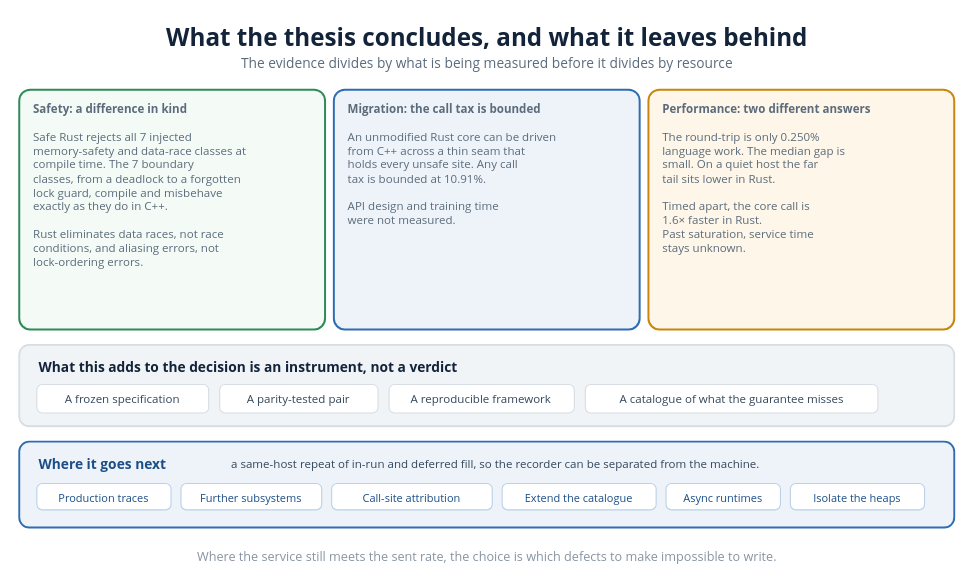
The draw.io diagram diagrams/26_contributions.drawio in VienThanh12/Master-Thesis, before the edit. Source tidied: cells renumbered, new cells numbered last; positions are measured from the earlier drawing's top-left corner, leaving out a move shared by most shapes. Both pictures are drawn from the tidied source at 110%, with x=0, y=0 at pixel (19, 18).
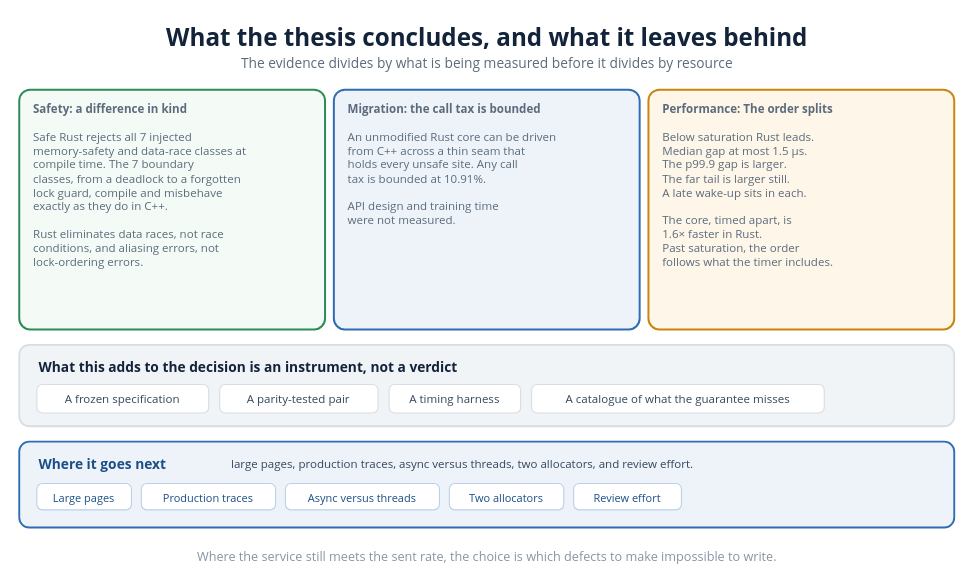
Above is the later version.

The edit, as a diff of the source:
```diff
@@
-    <mxCell id="6" value="&lt;b&gt;Performance: two different answers&lt;/b&gt;&lt;br&gt;&lt;br&gt;The round-trip is only 0.250%&lt;br&gt;language work. The median gap is&lt;br&gt;small. On a quiet host the far&lt;br&gt;tail sits lower in Rust.&lt;br&gt;&lt;br&gt;Timed apart, the core call is&lt;br&gt;1.6× faster in Rust.&lt;br&gt;Past saturation, service time&lt;br&gt;stays unknown." style="rounded=1;whiteSpace=wrap;html=1;absoluteArcSize=1;arcSize=20;fillColor=#fdf6e9;strokeColor=#c8860d;strokeWidth=1.8;align=left;verticalAlign=top;spacingLeft=11;spacingTop=5;spacingRight=6;fontSize=10.5;fontColor=#5b6b7b;fontFamily=Segoe UI;" parent="1" vertex="1">
-      <mxGeometry x="572" y="65" width="278" height="218" as="geometry" />
-    </mxCell>
-    <mxCell id="7" style="rounded=1;whiteSpace=wrap;html=1;absoluteArcSize=1;arcSize=18;fillColor=#f1f4f7;strokeColor=#d7dde3;strokeWidth=1.6;" parent="1" vertex="1">
-      <mxGeometry y="297" width="850" height="74" as="geometry" />
+    <mxCell id="7" value="&lt;b&gt;Performance: The order splits&lt;/b&gt;&lt;br&gt;&lt;br&gt;Below saturation Rust leads.&lt;br&gt;Median gap at most 1.5 µs.&lt;br&gt;The p99.9 gap is larger.&lt;br&gt;The far tail is larger still.&lt;br&gt;A late wake-up sits in each.&lt;br&gt;&lt;br&gt;The core, timed apart, is&lt;br&gt;1.6× faster in Rust.&lt;br&gt;Past saturation, the order&lt;br&gt;follows what the timer includes." style="rounded=1;whiteSpace=wrap;html=1;absoluteArcSize=1;arcSize=20;fillColor=#fdf6e9;strokeColor=#c8860d;strokeWidth=1.8;align=left;verticalAlign=top;spacingLeft=11;spacingTop=5;spacingRight=6;fontSize=10.5;fontColor=#5b6b7b;fontFamily=Segoe UI;" parent="1" vertex="1">
+      <mxGeometry x="572" y="65" width="278" height="218" as="geometry" />
     </mxCell>
-    <mxCell id="8" value="What this adds to the decision is an instrument, not a verdict" style="text;html=1;strokeColor=none;fillColor=none;whiteSpace=nowrap;align=left;verticalAlign=middle;fontSize=12.5;fontColor=#12233a;fontFamily=Segoe UI;fontStyle=1;" parent="1" vertex="1">
-      <mxGeometry x="16" y="307.1" width="422.4" height="18.8" as="geometry" />
+    <mxCell id="8" style="rounded=1;whiteSpace=wrap;html=1;absoluteArcSize=1;arcSize=18;fillColor=#f1f4f7;strokeColor=#d7dde3;strokeWidth=1.6;" parent="1" vertex="1">
+      <mxGeometry y="297" width="850" height="74" as="geometry" />
     </mxCell>
+    <mxCell id="23" value="What this adds to the decision is an instrument, not a verdict" style="text;html=1;strokeColor=none;fillColor=none;whiteSpace=nowrap;align=left;verticalAlign=middle;fontSize=12.5;fontColor=#12233a;fontFamily=Segoe UI;fontStyle=1;" parent="1" vertex="1">
+      <mxGeometry x="16" y="307.1" width="422.4" height="18.8" as="geometry" />
+    </mxCell>
@@
-    <mxCell id="11" value="A reproducible framework" style="rounded=1;absoluteArcSize=1;arcSize=10;whiteSpace=wrap;html=1;fillColor=#ffffff;strokeColor=#d7dde3;align=center;verticalAlign=middle;fontSize=10.5;fontColor=#33475b;fontFamily=Segoe UI;" parent="1" vertex="1">
-      <mxGeometry x="336.2" y="333" width="168.4" height="26" as="geometry" />
-    </mxCell>
-    <mxCell id="12" value="A catalogue of what the guarantee misses" style="rounded=1;absoluteArcSize=1;arcSize=10;whiteSpace=wrap;html=1;fillColor=#ffffff;strokeColor=#d7dde3;align=center;verticalAlign=middle;fontSize=10.5;fontColor=#33475b;fontFamily=Segoe UI;" parent="1" vertex="1">
-      <mxGeometry x="514.6" y="333" width="266" height="26" as="geometry" />
-    </mxCell>
+    <mxCell id="24" value="A timing harness" style="rounded=1;absoluteArcSize=1;arcSize=10;whiteSpace=wrap;html=1;fillColor=#ffffff;strokeColor=#d7dde3;align=center;verticalAlign=middle;fontSize=10.5;fontColor=#33475b;fontFamily=Segoe UI;" parent="1" vertex="1">
+      <mxGeometry x="336.2" y="333" width="119.6" height="26" as="geometry" />
+    </mxCell>
-    <mxCell id="13" style="rounded=1;whiteSpace=wrap;html=1;absoluteArcSize=1;arcSize=18;fillColor=#eef3fa;strokeColor=#2f6db3;strokeWidth=1.7;" parent="1" vertex="1">
-      <mxGeometry y="385" width="850" height="78" as="geometry" />
+    <mxCell id="13" value="A catalogue of what the guarantee misses" style="rounded=1;absoluteArcSize=1;arcSize=10;whiteSpace=wrap;html=1;fillColor=#ffffff;strokeColor=#d7dde3;align=center;verticalAlign=middle;fontSize=10.5;fontColor=#33475b;fontFamily=Segoe UI;" parent="1" vertex="1">
+      <mxGeometry x="465.8" y="333" width="266" height="26" as="geometry" />
     </mxCell>
-    <mxCell id="14" value="Where it goes next" style="text;html=1;strokeColor=none;fillColor=none;whiteSpace=nowrap;align=left;verticalAlign=middle;fontSize=12.5;fontColor=#1c4e86;fontFamily=Segoe UI;fontStyle=1;" parent="1" vertex="1">
-      <mxGeometry x="16" y="395.1" width="122.6" height="18.8" as="geometry" />
+    <mxCell id="14" style="rounded=1;whiteSpace=wrap;html=1;absoluteArcSize=1;arcSize=18;fillColor=#eef3fa;strokeColor=#2f6db3;strokeWidth=1.7;" parent="1" vertex="1">
+      <mxGeometry y="385" width="850" height="78" as="geometry" />
     </mxCell>
-    <mxCell id="15" value="a same-host repeat of in-run and deferred fill, so the recorder can be separated from the machine." style="text;html=1;strokeColor=none;fillColor=none;whiteSpace=nowrap;align=left;verticalAlign=middle;fontSize=10.5;fontColor=#33475b;fontFamily=Segoe UI;" parent="1" vertex="1">
-      <mxGeometry x="191" y="397" width="560.8" height="15.8" as="geometry" />
+    <mxCell id="15" value="Where it goes next" style="text;html=1;strokeColor=none;fillColor=none;whiteSpace=nowrap;align=left;verticalAlign=middle;fontSize=12.5;fontColor=#1c4e86;fontFamily=Segoe UI;fontStyle=1;" parent="1" vertex="1">
+      <mxGeometry x="16" y="395.1" width="122.6" height="18.8" as="geometry" />
     </mxCell>
+    <mxCell id="25" value="large pages, production traces, async versus threads, two allocators, and review effort." style="text;html=1;strokeColor=none;fillColor=none;whiteSpace=nowrap;align=left;verticalAlign=middle;fontSize=10.5;fontColor=#33475b;fontFamily=Segoe UI;" parent="1" vertex="1">
+      <mxGeometry x="191" y="397" width="503.6" height="15.8" as="geometry" />
+    </mxCell>
+    <mxCell id="26" value="Large pages" style="rounded=1;absoluteArcSize=1;arcSize=10;whiteSpace=wrap;html=1;fillColor=#ffffff;strokeColor=#bcd0e8;align=center;verticalAlign=middle;fontSize=10;fontColor=#1c4e86;fontFamily=Segoe UI;" parent="1" vertex="1">
+      <mxGeometry x="16" y="423" width="86" height="24" as="geometry" />
+    </mxCell>
     <mxCell id="16" value="Production traces" style="rounded=1;absoluteArcSize=1;arcSize=10;whiteSpace=wrap;html=1;fillColor=#ffffff;strokeColor=#bcd0e8;align=center;verticalAlign=middle;fontSize=10;fontColor=#1c4e86;fontFamily=Segoe UI;" parent="1" vertex="1">
-      <mxGeometry x="16" y="423" width="122" height="24" as="geometry" />
+      <mxGeometry x="111" y="423" width="122" height="24" as="geometry" />
     </mxCell>
-    <mxCell id="17" value="Further subsystems" style="rounded=1;absoluteArcSize=1;arcSize=10;whiteSpace=wrap;html=1;fillColor=#ffffff;strokeColor=#bcd0e8;align=center;verticalAlign=middle;fontSize=10;fontColor=#1c4e86;fontFamily=Segoe UI;" parent="1" vertex="1">
-      <mxGeometry x="147" y="423" width="128" height="24" as="geometry" />
-    </mxCell>
-    <mxCell id="18" value="Call-site attribution" style="rounded=1;absoluteArcSize=1;arcSize=10;whiteSpace=wrap;html=1;fillColor=#ffffff;strokeColor=#bcd0e8;align=center;verticalAlign=middle;fontSize=10;fontColor=#1c4e86;fontFamily=Segoe UI;" parent="1" vertex="1">
-      <mxGeometry x="284" y="423" width="146" height="24" as="geometry" />
-    </mxCell>
-    <mxCell id="19" value="Extend the catalogue" style="rounded=1;absoluteArcSize=1;arcSize=10;whiteSpace=wrap;html=1;fillColor=#ffffff;strokeColor=#bcd0e8;align=center;verticalAlign=middle;fontSize=10;fontColor=#1c4e86;fontFamily=Segoe UI;" parent="1" vertex="1">
-      <mxGeometry x="439" y="423" width="140" height="24" as="geometry" />
-    </mxCell>
-    <mxCell id="20" value="Async runtimes" style="rounded=1;absoluteArcSize=1;arcSize=10;whiteSpace=wrap;html=1;fillColor=#ffffff;strokeColor=#bcd0e8;align=center;verticalAlign=middle;fontSize=10;fontColor=#1c4e86;fontFamily=Segoe UI;" parent="1" vertex="1">
-      <mxGeometry x="588" y="423" width="104" height="24" as="geometry" />
-    </mxCell>
-    <mxCell id="21" value="Isolate the heaps" style="rounded=1;absoluteArcSize=1;arcSize=10;whiteSpace=wrap;html=1;fillColor=#ffffff;strokeColor=#bcd0e8;align=center;verticalAlign=middle;fontSize=10;fontColor=#1c4e86;fontFamily=Segoe UI;" parent="1" vertex="1">
-      <mxGeometry x="701" y="423" width="122" height="24" as="geometry" />
-    </mxCell>
+    <mxCell id="27" value="Async versus threads" style="rounded=1;absoluteArcSize=1;arcSize=10;whiteSpace=wrap;html=1;fillColor=#ffffff;strokeColor=#bcd0e8;align=center;verticalAlign=middle;fontSize=10;fontColor=#1c4e86;fontFamily=Segoe UI;" parent="1" vertex="1">
+      <mxGeometry x="242" y="423" width="140" height="24" as="geometry" />
+    </mxCell>
+    <mxCell id="28" value="Two allocators" style="rounded=1;absoluteArcSize=1;arcSize=10;whiteSpace=wrap;html=1;fillColor=#ffffff;strokeColor=#bcd0e8;align=center;verticalAlign=middle;fontSize=10;fontColor=#1c4e86;fontFamily=Segoe UI;" parent="1" vertex="1">
+      <mxGeometry x="391" y="423" width="104" height="24" as="geometry" />
+    </mxCell>
+    <mxCell id="29" value="Review effort" style="rounded=1;absoluteArcSize=1;arcSize=10;whiteSpace=wrap;html=1;fillColor=#ffffff;strokeColor=#bcd0e8;align=center;verticalAlign=middle;fontSize=10;fontColor=#1c4e86;fontFamily=Segoe UI;" parent="1" vertex="1">
+      <mxGeometry x="504" y="423" width="98" height="24" as="geometry" />
+    </mxCell>
```
